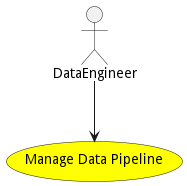
The PlantUML diagram docs/edgemere/diml/ddf/usecases/managedatapipeline/Activities.png in madajaju/edgemere, before a commit. The source it was exported from:
```plantuml
@startuml


usecase "Manage Data Pipeline" as ManageDataPipeline #yellow

Actor "DataEngineer" as DataEngineer

DataEngineer --> ManageDataPipeline











@enduml
```
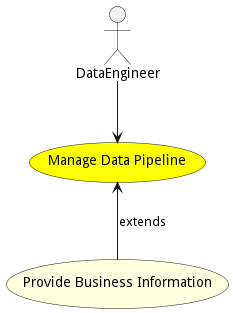
Above is the later version.

Diff of the diagram source:
```diff
@@ -11,6 +11,10 @@
 
 
 
+usecase "Provide Business Information" as ProvideBusinessInformation #lightyellow
+
+ManageDataPipeline <-- ProvideBusinessInformation : extends
+
 
 
 
```
